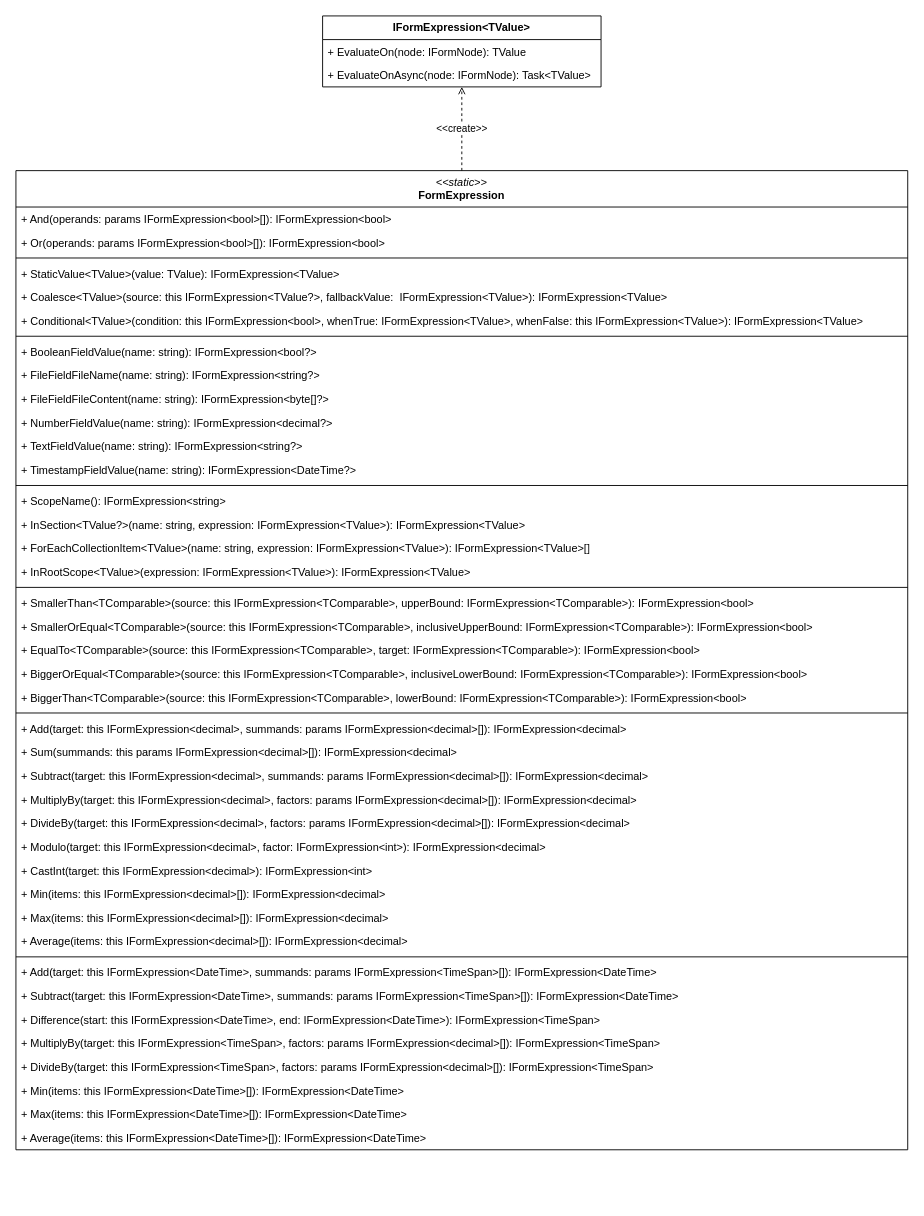
RGXStorm281/common keeps this draw.io diagram as doc/forms-concept/expressions.drawio. Above is the earlier version. Source tidied: cells renumbered, new cells numbered last; positions are measured from the earlier drawing's top-left corner, leaving out a move shared by most shapes. Both pictures are drawn from the tidied source at 91%, with x=0, y=0 at pixel (15, 15).
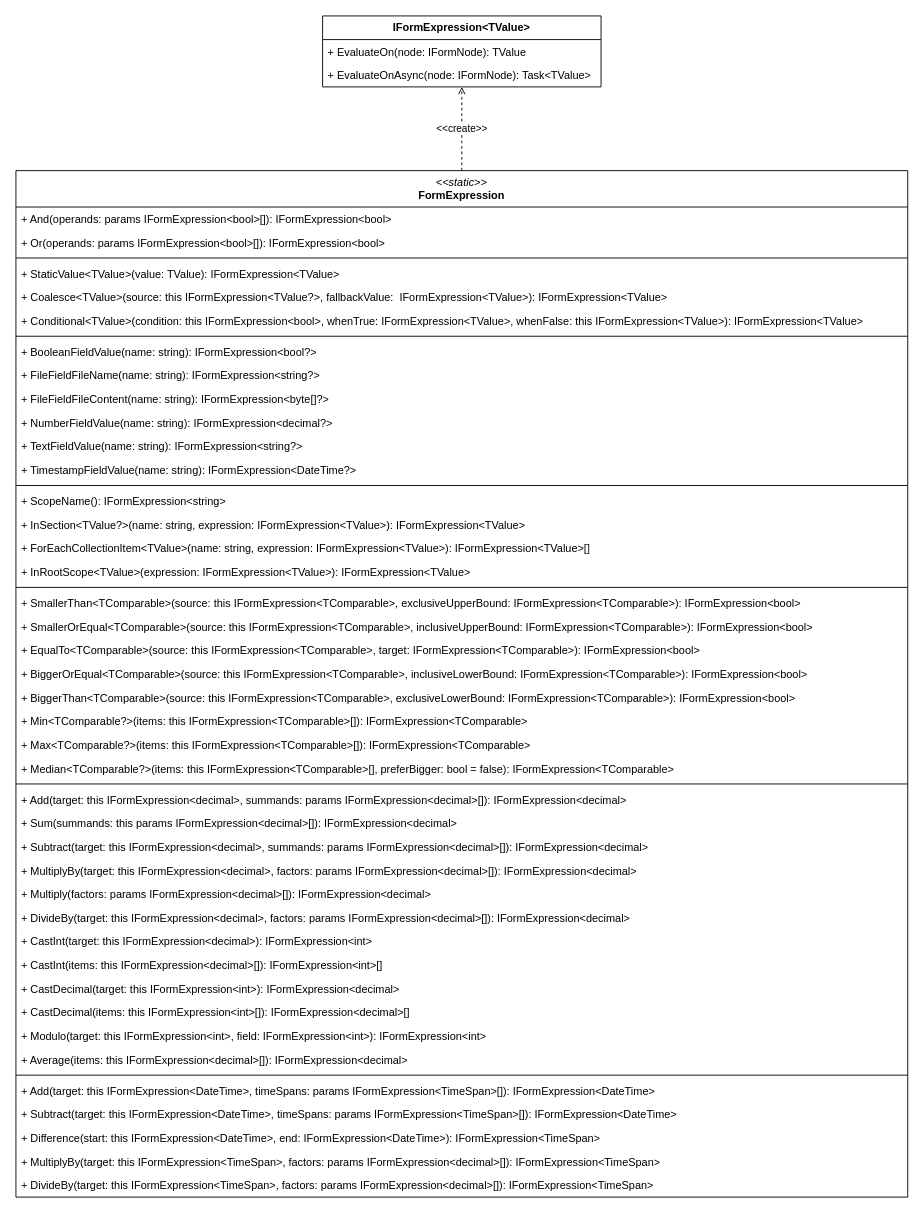
Above is the later version.

Commit message (it also covers changes not shown here):
Finished Expression builder API

The edit, as a diff of the source:
```diff
@@
     <mxCell id="6" value="&lt;i&gt;&amp;lt;&amp;lt;static&amp;gt;&amp;gt;&lt;/i&gt;&lt;br&gt;&lt;b&gt;FormExpression&lt;/b&gt;" style="swimlane;fontStyle=0;horizontal=1;startSize=40;fillColor=none;whiteSpace=wrap;html=1;" parent="1" vertex="1">
-      <mxGeometry y="170" width="980" height="1076" as="geometry" />
+      <mxGeometry y="170" width="980" height="1128" as="geometry" />
     </mxCell>
@@
-    <mxCell id="26" value="+ SmallerThan&amp;lt;TComparable&amp;gt;(source: this IFormExpression&amp;lt;TComparable&amp;gt;, upperBound: IFormExpression&amp;lt;TComparable&amp;gt;): IFormExpression&amp;lt;bool&amp;gt;" style="text;strokeColor=none;fillColor=none;align=left;verticalAlign=top;spacingLeft=4;spacingRight=4;overflow=hidden;whiteSpace=wrap;html=1;" parent="6" vertex="1">
+    <mxCell id="26" value="+ SmallerThan&amp;lt;TComparable&amp;gt;(source: this IFormExpression&amp;lt;TComparable&amp;gt;, exclusiveUpperBound: IFormExpression&amp;lt;TComparable&amp;gt;): IFormExpression&amp;lt;bool&amp;gt;" style="text;strokeColor=none;fillColor=none;align=left;verticalAlign=top;spacingLeft=4;spacingRight=4;overflow=hidden;whiteSpace=wrap;html=1;" parent="6" vertex="1">
       <mxGeometry y="462" width="980" height="26" as="geometry" />
     </mxCell>
@@
-    <mxCell id="30" value="+ BiggerThan&amp;lt;TComparable&amp;gt;(source: this IFormExpression&amp;lt;TComparable&amp;gt;, lowerBound: IFormExpression&amp;lt;TComparable&amp;gt;): IFormExpression&amp;lt;bool&amp;gt;" style="text;strokeColor=none;fillColor=none;align=left;verticalAlign=top;spacingLeft=4;spacingRight=4;overflow=hidden;whiteSpace=wrap;html=1;" parent="6" vertex="1">
+    <mxCell id="30" value="+ BiggerThan&amp;lt;TComparable&amp;gt;(source: this IFormExpression&amp;lt;TComparable&amp;gt;, exclusiveLowerBound: IFormExpression&amp;lt;TComparable&amp;gt;): IFormExpression&amp;lt;bool&amp;gt;" style="text;strokeColor=none;fillColor=none;align=left;verticalAlign=top;spacingLeft=4;spacingRight=4;overflow=hidden;whiteSpace=wrap;html=1;" parent="6" vertex="1">
       <mxGeometry y="566" width="980" height="26" as="geometry" />
     </mxCell>
+    <mxCell id="39" value="+ Min&amp;lt;TComparable?&amp;gt;(items: this IFormExpression&amp;lt;TComparable&amp;gt;[]): IFormExpression&amp;lt;TComparable&amp;gt;" style="text;strokeColor=none;fillColor=none;align=left;verticalAlign=top;spacingLeft=4;spacingRight=4;overflow=hidden;whiteSpace=wrap;html=1;" parent="6" vertex="1">
+      <mxGeometry y="592" width="980" height="26" as="geometry" />
+    </mxCell>
+    <mxCell id="40" value="+ Max&amp;lt;TComparable?&amp;gt;(items: this IFormExpression&amp;lt;TComparable&amp;gt;[]): IFormExpression&amp;lt;TComparable&amp;gt;" style="text;strokeColor=none;fillColor=none;align=left;verticalAlign=top;spacingLeft=4;spacingRight=4;overflow=hidden;whiteSpace=wrap;html=1;" parent="6" vertex="1">
+      <mxGeometry y="618" width="980" height="26" as="geometry" />
+    </mxCell>
+    <mxCell id="51" value="+ Median&amp;lt;TComparable?&amp;gt;(items: this IFormExpression&amp;lt;TComparable&amp;gt;[], preferBigger: bool = false): IFormExpression&amp;lt;TComparable&amp;gt;" style="text;strokeColor=none;fillColor=none;align=left;verticalAlign=top;spacingLeft=4;spacingRight=4;overflow=hidden;whiteSpace=wrap;html=1;" parent="6" vertex="1">
+      <mxGeometry y="644" width="980" height="26" as="geometry" />
+    </mxCell>
     <mxCell id="31" style="line;strokeWidth=1;fillColor=none;align=left;verticalAlign=middle;spacingTop=-1;spacingLeft=3;spacingRight=3;labelPosition=right;strokeColor=inherit;" parent="6" vertex="1">
-      <mxGeometry y="592" width="980" height="8" as="geometry" />
+      <mxGeometry y="670" width="980" height="8" as="geometry" />
     </mxCell>
     <mxCell id="32" value="+ Add(target: this IFormExpression&amp;lt;decimal&amp;gt;, summands: params IFormExpression&amp;lt;decimal&amp;gt;[]): IFormExpression&amp;lt;decimal&amp;gt;" style="text;strokeColor=none;fillColor=none;align=left;verticalAlign=top;spacingLeft=4;spacingRight=4;overflow=hidden;whiteSpace=wrap;html=1;" parent="6" vertex="1">
-      <mxGeometry y="600" width="980" height="26" as="geometry" />
+      <mxGeometry y="678" width="980" height="26" as="geometry" />
     </mxCell>
     <mxCell id="33" value="+ Sum(summands: this params IFormExpression&amp;lt;decimal&amp;gt;[]): IFormExpression&amp;lt;decimal&amp;gt;" style="text;strokeColor=none;fillColor=none;align=left;verticalAlign=top;spacingLeft=4;spacingRight=4;overflow=hidden;whiteSpace=wrap;html=1;" parent="6" vertex="1">
-      <mxGeometry y="626" width="980" height="26" as="geometry" />
+      <mxGeometry y="704" width="980" height="26" as="geometry" />
     </mxCell>
     <mxCell id="34" value="+ Subtract(target: this IFormExpression&amp;lt;decimal&amp;gt;, summands: params IFormExpression&amp;lt;decimal&amp;gt;[]): IFormExpression&amp;lt;decimal&amp;gt;" style="text;strokeColor=none;fillColor=none;align=left;verticalAlign=top;spacingLeft=4;spacingRight=4;overflow=hidden;whiteSpace=wrap;html=1;" parent="6" vertex="1">
-      <mxGeometry y="652" width="980" height="26" as="geometry" />
+      <mxGeometry y="730" width="980" height="26" as="geometry" />
     </mxCell>
     <mxCell id="35" value="+ MultiplyBy(target: this IFormExpression&amp;lt;decimal&amp;gt;, factors: params IFormExpression&amp;lt;decimal&amp;gt;[]): IFormExpression&amp;lt;decimal&amp;gt;" style="text;strokeColor=none;fillColor=none;align=left;verticalAlign=top;spacingLeft=4;spacingRight=4;overflow=hidden;whiteSpace=wrap;html=1;" parent="6" vertex="1">
-      <mxGeometry y="678" width="980" height="26" as="geometry" />
+      <mxGeometry y="756" width="980" height="26" as="geometry" />
     </mxCell>
+    <mxCell id="52" value="+ Multiply(factors: params IFormExpression&amp;lt;decimal&amp;gt;[]): IFormExpression&amp;lt;decimal&amp;gt;" style="text;strokeColor=none;fillColor=none;align=left;verticalAlign=top;spacingLeft=4;spacingRight=4;overflow=hidden;whiteSpace=wrap;html=1;" parent="6" vertex="1">
+      <mxGeometry y="782" width="980" height="26" as="geometry" />
+    </mxCell>
     <mxCell id="36" value="+ DivideBy(target: this IFormExpression&amp;lt;decimal&amp;gt;, factors: params IFormExpression&amp;lt;decimal&amp;gt;[]): IFormExpression&amp;lt;decimal&amp;gt;" style="text;strokeColor=none;fillColor=none;align=left;verticalAlign=top;spacingLeft=4;spacingRight=4;overflow=hidden;whiteSpace=wrap;html=1;" parent="6" vertex="1">
-      <mxGeometry y="704" width="980" height="26" as="geometry" />
+      <mxGeometry y="808" width="980" height="26" as="geometry" />
     </mxCell>
+    <mxCell id="38" value="+ CastInt(target: this IFormExpression&amp;lt;decimal&amp;gt;): IFormExpression&amp;lt;int&amp;gt;" style="text;strokeColor=none;fillColor=none;align=left;verticalAlign=top;spacingLeft=4;spacingRight=4;overflow=hidden;whiteSpace=wrap;html=1;" parent="6" vertex="1">
+      <mxGeometry y="834" width="980" height="26" as="geometry" />
+    </mxCell>
+    <mxCell id="53" value="+ CastInt(items: this IFormExpression&amp;lt;decimal&amp;gt;[]): IFormExpression&amp;lt;int&amp;gt;[]" style="text;strokeColor=none;fillColor=none;align=left;verticalAlign=top;spacingLeft=4;spacingRight=4;overflow=hidden;whiteSpace=wrap;html=1;" parent="6" vertex="1">
+      <mxGeometry y="860" width="980" height="26" as="geometry" />
+    </mxCell>
+    <mxCell id="54" value="+ CastDecimal(target: this IFormExpression&amp;lt;int&amp;gt;): IFormExpression&amp;lt;decimal&amp;gt;" style="text;strokeColor=none;fillColor=none;align=left;verticalAlign=top;spacingLeft=4;spacingRight=4;overflow=hidden;whiteSpace=wrap;html=1;" parent="6" vertex="1">
+      <mxGeometry y="886" width="980" height="26" as="geometry" />
+    </mxCell>
+    <mxCell id="55" value="+ CastDecimal(items: this IFormExpression&amp;lt;int&amp;gt;[]): IFormExpression&amp;lt;decimal&amp;gt;[]" style="text;strokeColor=none;fillColor=none;align=left;verticalAlign=top;spacingLeft=4;spacingRight=4;overflow=hidden;whiteSpace=wrap;html=1;" parent="6" vertex="1">
+      <mxGeometry y="912" width="980" height="26" as="geometry" />
+    </mxCell>
-    <mxCell id="37" value="+ Modulo(target: this IFormExpression&amp;lt;decimal&amp;gt;, factor: IFormExpression&amp;lt;int&amp;gt;): IFormExpression&amp;lt;decimal&amp;gt;" style="text;strokeColor=none;fillColor=none;align=left;verticalAlign=top;spacingLeft=4;spacingRight=4;overflow=hidden;whiteSpace=wrap;html=1;" parent="6" vertex="1">
-      <mxGeometry y="730" width="980" height="26" as="geometry" />
+    <mxCell id="37" value="+ Modulo(target: this IFormExpression&amp;lt;int&amp;gt;, field: IFormExpression&amp;lt;int&amp;gt;): IFormExpression&amp;lt;int&amp;gt;" style="text;strokeColor=none;fillColor=none;align=left;verticalAlign=top;spacingLeft=4;spacingRight=4;overflow=hidden;whiteSpace=wrap;html=1;" parent="6" vertex="1">
+      <mxGeometry y="938" width="980" height="26" as="geometry" />
     </mxCell>
-    <mxCell id="38" value="+ CastInt(target: this IFormExpression&amp;lt;decimal&amp;gt;): IFormExpression&amp;lt;int&amp;gt;" style="text;strokeColor=none;fillColor=none;align=left;verticalAlign=top;spacingLeft=4;spacingRight=4;overflow=hidden;whiteSpace=wrap;html=1;" parent="6" vertex="1">
-      <mxGeometry y="756" width="980" height="26" as="geometry" />
-    </mxCell>
-    <mxCell id="39" value="+ Min(items: this IFormExpression&amp;lt;decimal&amp;gt;[]): IFormExpression&amp;lt;decimal&amp;gt;" style="text;strokeColor=none;fillColor=none;align=left;verticalAlign=top;spacingLeft=4;spacingRight=4;overflow=hidden;whiteSpace=wrap;html=1;" parent="6" vertex="1">
-      <mxGeometry y="782" width="980" height="26" as="geometry" />
-    </mxCell>
-    <mxCell id="40" value="+ Max(items: this IFormExpression&amp;lt;decimal&amp;gt;[]): IFormExpression&amp;lt;decimal&amp;gt;" style="text;strokeColor=none;fillColor=none;align=left;verticalAlign=top;spacingLeft=4;spacingRight=4;overflow=hidden;whiteSpace=wrap;html=1;" parent="6" vertex="1">
-      <mxGeometry y="808" width="980" height="26" as="geometry" />
-    </mxCell>
     <mxCell id="41" value="+ Average(items: this IFormExpression&amp;lt;decimal&amp;gt;[]): IFormExpression&amp;lt;decimal&amp;gt;" style="text;strokeColor=none;fillColor=none;align=left;verticalAlign=top;spacingLeft=4;spacingRight=4;overflow=hidden;whiteSpace=wrap;html=1;" parent="6" vertex="1">
-      <mxGeometry y="834" width="980" height="26" as="geometry" />
+      <mxGeometry y="964" width="980" height="26" as="geometry" />
     </mxCell>
     <mxCell id="42" style="line;strokeWidth=1;fillColor=none;align=left;verticalAlign=middle;spacingTop=-1;spacingLeft=3;spacingRight=3;labelPosition=right;strokeColor=inherit;" parent="6" vertex="1">
-      <mxGeometry y="860" width="980" height="8" as="geometry" />
+      <mxGeometry y="990" width="980" height="8" as="geometry" />
     </mxCell>
-    <mxCell id="43" value="+ Add(target: this IFormExpression&amp;lt;DateTime&amp;gt;, summands: params IFormExpression&amp;lt;TimeSpan&amp;gt;[]): IFormExpression&amp;lt;DateTime&amp;gt;" style="text;strokeColor=none;fillColor=none;align=left;verticalAlign=top;spacingLeft=4;spacingRight=4;overflow=hidden;whiteSpace=wrap;html=1;" parent="6" vertex="1">
-      <mxGeometry y="868" width="980" height="26" as="geometry" />
+    <mxCell id="43" value="+ Add(target: this IFormExpression&amp;lt;DateTime&amp;gt;, timeSpans: params IFormExpression&amp;lt;TimeSpan&amp;gt;[]): IFormExpression&amp;lt;DateTime&amp;gt;" style="text;strokeColor=none;fillColor=none;align=left;verticalAlign=top;spacingLeft=4;spacingRight=4;overflow=hidden;whiteSpace=wrap;html=1;" parent="6" vertex="1">
+      <mxGeometry y="998" width="980" height="26" as="geometry" />
     </mxCell>
-    <mxCell id="44" value="+ Subtract(target: this IFormExpression&amp;lt;DateTime&amp;gt;, summands: params IFormExpression&amp;lt;TimeSpan&amp;gt;[]): IFormExpression&amp;lt;DateTime&amp;gt;" style="text;strokeColor=none;fillColor=none;align=left;verticalAlign=top;spacingLeft=4;spacingRight=4;overflow=hidden;whiteSpace=wrap;html=1;" parent="6" vertex="1">
-      <mxGeometry y="894" width="980" height="26" as="geometry" />
+    <mxCell id="44" value="+ Subtract(target: this IFormExpression&amp;lt;DateTime&amp;gt;, timeSpans: params IFormExpression&amp;lt;TimeSpan&amp;gt;[]): IFormExpression&amp;lt;DateTime&amp;gt;" style="text;strokeColor=none;fillColor=none;align=left;verticalAlign=top;spacingLeft=4;spacingRight=4;overflow=hidden;whiteSpace=wrap;html=1;" parent="6" vertex="1">
+      <mxGeometry y="1024" width="980" height="26" as="geometry" />
     </mxCell>
     <mxCell id="45" value="+ Difference(start: this IFormExpression&amp;lt;DateTime&amp;gt;, end: IFormExpression&amp;lt;DateTime&amp;gt;): IFormExpression&amp;lt;TimeSpan&amp;gt;" style="text;strokeColor=none;fillColor=none;align=left;verticalAlign=top;spacingLeft=4;spacingRight=4;overflow=hidden;whiteSpace=wrap;html=1;" parent="6" vertex="1">
-      <mxGeometry y="920" width="980" height="26" as="geometry" />
+      <mxGeometry y="1050" width="980" height="26" as="geometry" />
     </mxCell>
     <mxCell id="46" value="+ MultiplyBy(target: this IFormExpression&amp;lt;TimeSpan&amp;gt;, factors: params IFormExpression&amp;lt;decimal&amp;gt;[]): IFormExpression&amp;lt;TimeSpan&amp;gt;" style="text;strokeColor=none;fillColor=none;align=left;verticalAlign=top;spacingLeft=4;spacingRight=4;overflow=hidden;whiteSpace=wrap;html=1;" parent="6" vertex="1">
-      <mxGeometry y="946" width="980" height="26" as="geometry" />
+      <mxGeometry y="1076" width="980" height="26" as="geometry" />
     </mxCell>
     <mxCell id="47" value="+ DivideBy(target: this IFormExpression&amp;lt;TimeSpan&amp;gt;, factors: params IFormExpression&amp;lt;decimal&amp;gt;[]): IFormExpression&amp;lt;TimeSpan&amp;gt;" style="text;strokeColor=none;fillColor=none;align=left;verticalAlign=top;spacingLeft=4;spacingRight=4;overflow=hidden;whiteSpace=wrap;html=1;" parent="6" vertex="1">
-      <mxGeometry y="972" width="980" height="26" as="geometry" />
+      <mxGeometry y="1102" width="980" height="26" as="geometry" />
     </mxCell>
-    <mxCell id="48" value="+ Min(items: this IFormExpression&amp;lt;DateTime&amp;gt;[]): IFormExpression&amp;lt;DateTime&amp;gt;" style="text;strokeColor=none;fillColor=none;align=left;verticalAlign=top;spacingLeft=4;spacingRight=4;overflow=hidden;whiteSpace=wrap;html=1;" parent="6" vertex="1">
-      <mxGeometry y="998" width="980" height="26" as="geometry" />
-    </mxCell>
-    <mxCell id="49" value="+ Max(items: this IFormExpression&amp;lt;DateTime&amp;gt;[]): IFormExpression&amp;lt;DateTime&amp;gt;" style="text;strokeColor=none;fillColor=none;align=left;verticalAlign=top;spacingLeft=4;spacingRight=4;overflow=hidden;whiteSpace=wrap;html=1;" parent="6" vertex="1">
-      <mxGeometry y="1024" width="980" height="26" as="geometry" />
-    </mxCell>
-    <mxCell id="50" value="+ Average(items: this IFormExpression&amp;lt;DateTime&amp;gt;[]): IFormExpression&amp;lt;DateTime&amp;gt;" style="text;strokeColor=none;fillColor=none;align=left;verticalAlign=top;spacingLeft=4;spacingRight=4;overflow=hidden;whiteSpace=wrap;html=1;" parent="6" vertex="1">
-      <mxGeometry y="1050" width="980" height="26" as="geometry" />
-    </mxCell>
```
